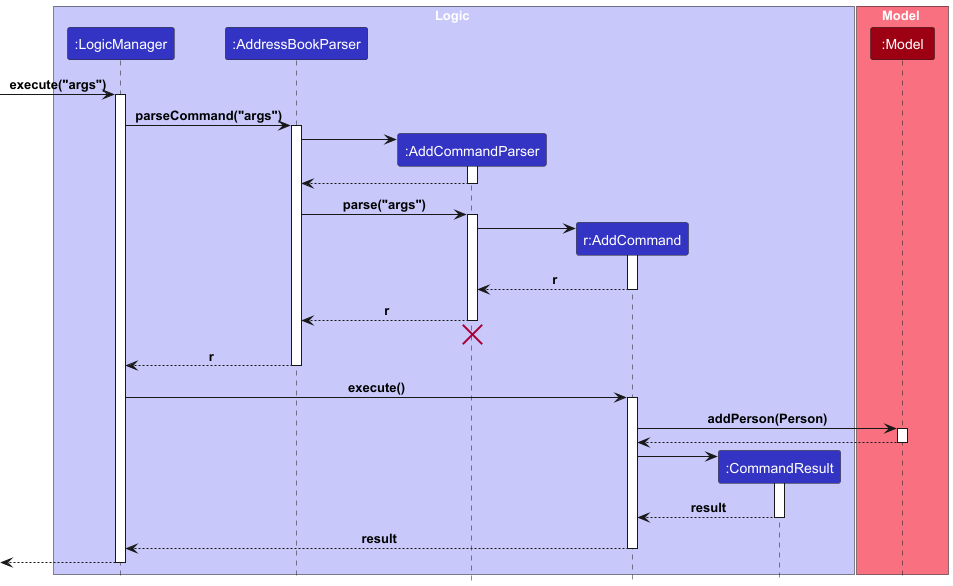
Above: docs/images/AddCommandSequenceDiagram.png in nus-cs2103-AY2425S1/tp (PlantUML), before the change.
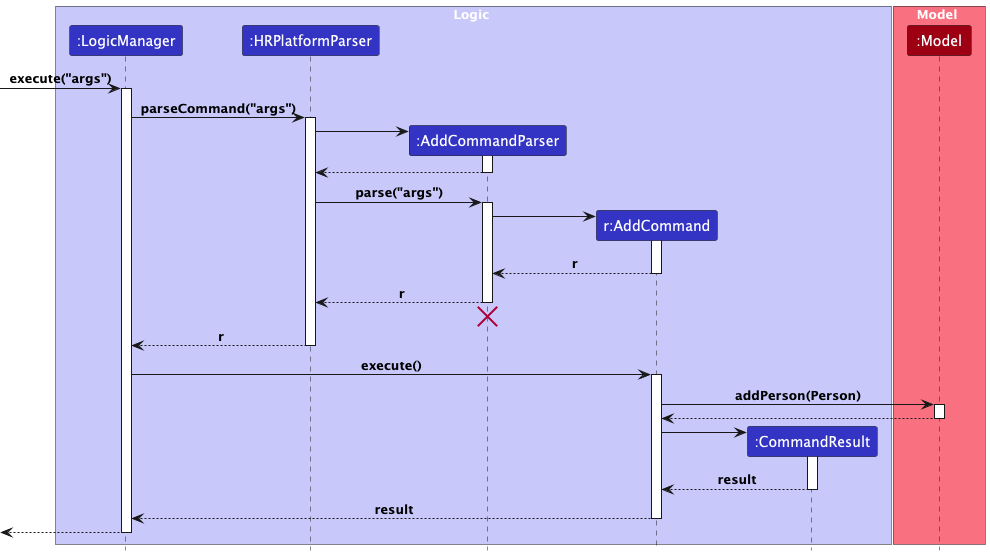
The same diagram one commit later.

What changed in the source:
```diff
@@ -3,7 +3,7 @@
 
 box Logic LOGIC_COLOR_T1
 participant ":LogicManager" as LogicManager LOGIC_COLOR
-participant ":AddressBookParser" as AddressBookParser LOGIC_COLOR
+participant ":HRPlatformParser" as HRPlatformParser LOGIC_COLOR
 participant ":AddCommandParser" as AddCommandParser LOGIC_COLOR
 participant "r:AddCommand" as AddCommand LOGIC_COLOR
 participant ":CommandResult" as CommandResult LOGIC_COLOR
@@ -16,17 +16,17 @@
 [-> LogicManager : execute("args")
 activate LogicManager
 
-LogicManager -> AddressBookParser : parseCommand("args")
-activate AddressBookParser
+LogicManager -> HRPlatformParser : parseCommand("args")
+activate HRPlatformParser
 
 create AddCommandParser
-AddressBookParser -> AddCommandParser
+HRPlatformParser -> AddCommandParser
 activate AddCommandParser
 
-AddCommandParser --> AddressBookParser
+AddCommandParser --> HRPlatformParser
 deactivate AddCommandParser
 
-AddressBookParser -> AddCommandParser : parse("args")
+HRPlatformParser -> AddCommandParser : parse("args")
 activate AddCommandParser
 
 create AddCommand
@@ -36,14 +36,14 @@
 AddCommand --> AddCommandParser : r
 deactivate AddCommand
 
-AddCommandParser --> AddressBookParser : r
+AddCommandParser --> HRPlatformParser : r
 deactivate AddCommandParser
 
-AddCommandParser -[hidden]-> AddressBookParser
+AddCommandParser -[hidden]-> HRPlatformParser
 destroy AddCommandParser
 
-AddressBookParser --> LogicManager : r
-deactivate AddressBookParser
+HRPlatformParser --> LogicManager : r
+deactivate HRPlatformParser
 
 LogicManager -> AddCommand : execute()
 activate AddCommand
```
